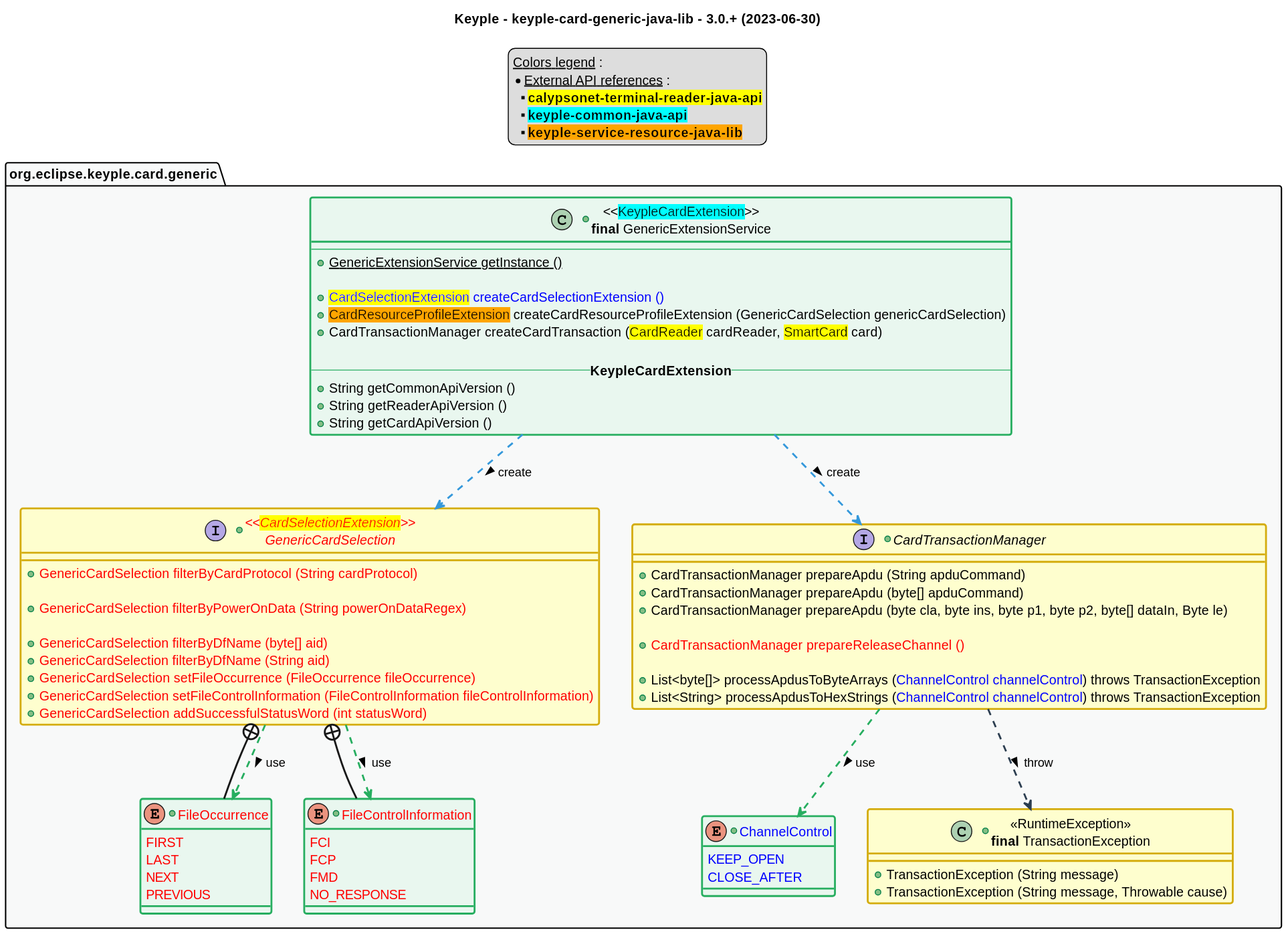
Before: src/main/uml/api_class_diagram.svg, a diagram exported from PlantUML (eclipse-keyple/keyple-card-generic-java-lib).
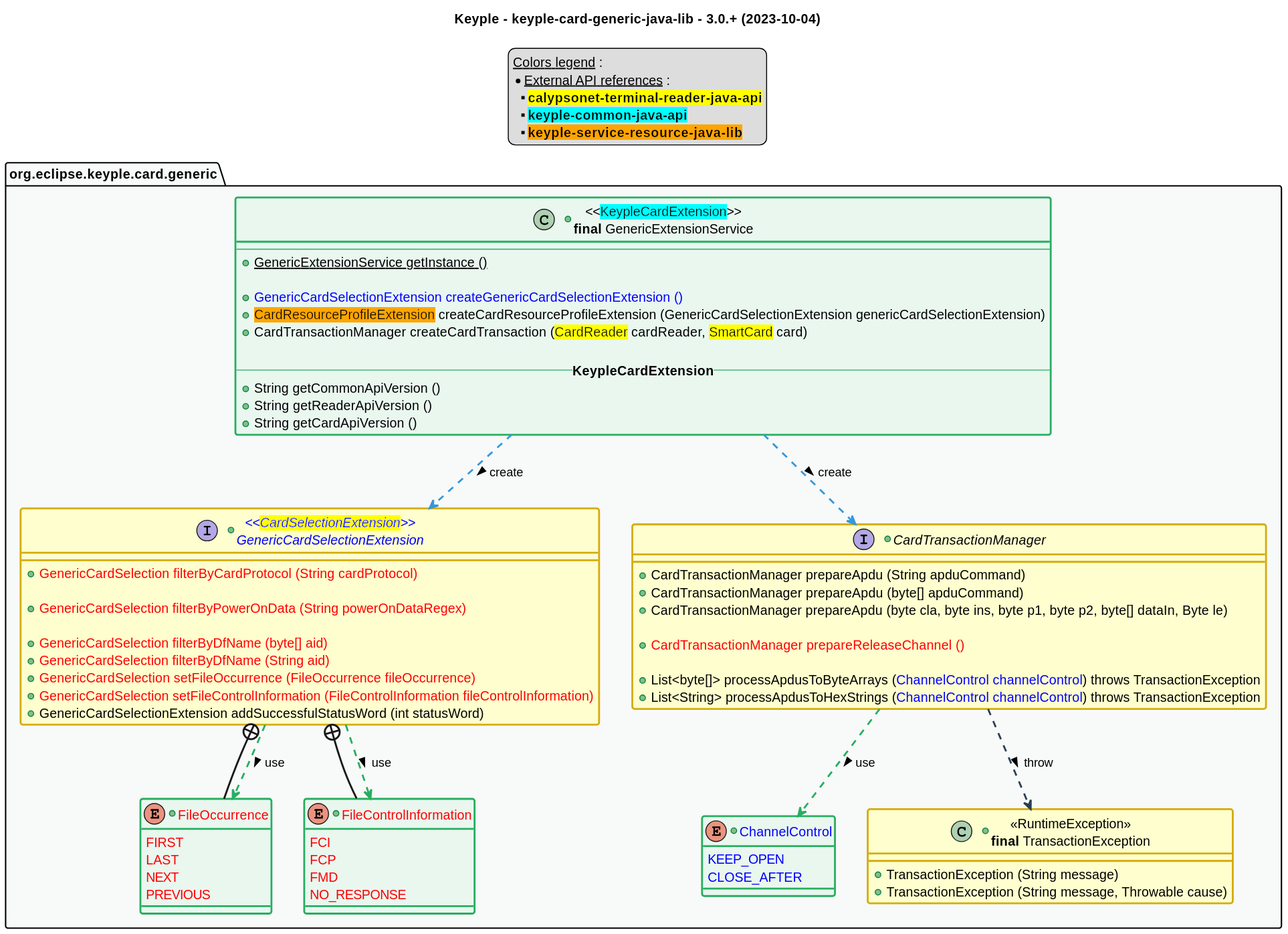
After the commit.

The edit, as a diff of the source:
```diff
@@ -1,6 +1,6 @@
 @startuml
 title
-    Keyple - keyple-card-generic-java-lib - 3.0.+ (2023-06-30)
+    Keyple - keyple-card-generic-java-lib - 3.0.+ (2023-10-04)
 end title
 
 
@@ -54,8 +54,8 @@
         --
         +{static} GenericExtensionService getInstance ()
 
-        +<color:blue><back:yellow>CardSelectionExtension</back> createCardSelectionExtension ()
-        +<back:orange>CardResourceProfileExtension</back> createCardResourceProfileExtension (GenericCardSelection genericCardSelection)
+        +<color:blue>GenericCardSelectionExtension createGenericCardSelectionExtension ()
+        +<back:orange>CardResourceProfileExtension</back> createCardResourceProfileExtension (GenericCardSelectionExtension genericCardSelectionExtension)
         +CardTransactionManager createCardTransaction (<back:yellow>CardReader</back> cardReader, <back:yellow>SmartCard</back> card)
 
         -- **KeypleCardExtension** --
@@ -63,7 +63,7 @@
         +String getReaderApiVersion ()
         +String getCardApiVersion ()
     }
-    +interface "<color:red><<<back:yellow>CardSelectionExtension</back>>>\n<color:red>GenericCardSelection" as GenericCardSelection {
+    +interface "<color:blue><<<back:yellow>CardSelectionExtension</back>>>\n<color:blue>GenericCardSelectionExtension" as GenericCardSelectionExtension {
         +<color:red>GenericCardSelection filterByCardProtocol (String cardProtocol)
 
         +<color:red>GenericCardSelection filterByPowerOnData (String powerOnDataRegex)
@@ -72,7 +72,7 @@
         +<color:red>GenericCardSelection filterByDfName (String aid)
         +<color:red>GenericCardSelection setFileOccurrence (FileOccurrence fileOccurrence)
         +<color:red>GenericCardSelection setFileControlInformation (FileControlInformation fileControlInformation)
-        +<color:red>GenericCardSelection addSuccessfulStatusWord (int statusWord)
+        +GenericCardSelectionExtension addSuccessfulStatusWord (int statusWord)
     }
     +enum "<color:red>FileOccurrence" as FileOccurrence <<green>> {
         <color:red>FIRST
@@ -108,13 +108,13 @@
 
 
 
-GenericExtensionService ..> GenericCardSelection #C_LINK : create >
+GenericExtensionService ..> GenericCardSelectionExtension #C_LINK : create >
 GenericExtensionService ..> CardTransactionManager #C_LINK : create >
 
-GenericCardSelection +-- FileOccurrence
-GenericCardSelection ..> FileOccurrence #C_USE : use >
-GenericCardSelection +-- FileControlInformation
-GenericCardSelection ..> FileControlInformation #C_USE : use >
+GenericCardSelectionExtension +-- FileOccurrence
+GenericCardSelectionExtension ..> FileOccurrence #C_USE : use >
+GenericCardSelectionExtension +-- FileControlInformation
+GenericCardSelectionExtension ..> FileControlInformation #C_USE : use >
 
 CardTransactionManager ..> ChannelControl #C_USE : use >
 CardTransactionManager ..> TransactionException #C_THROW : throw >
```
